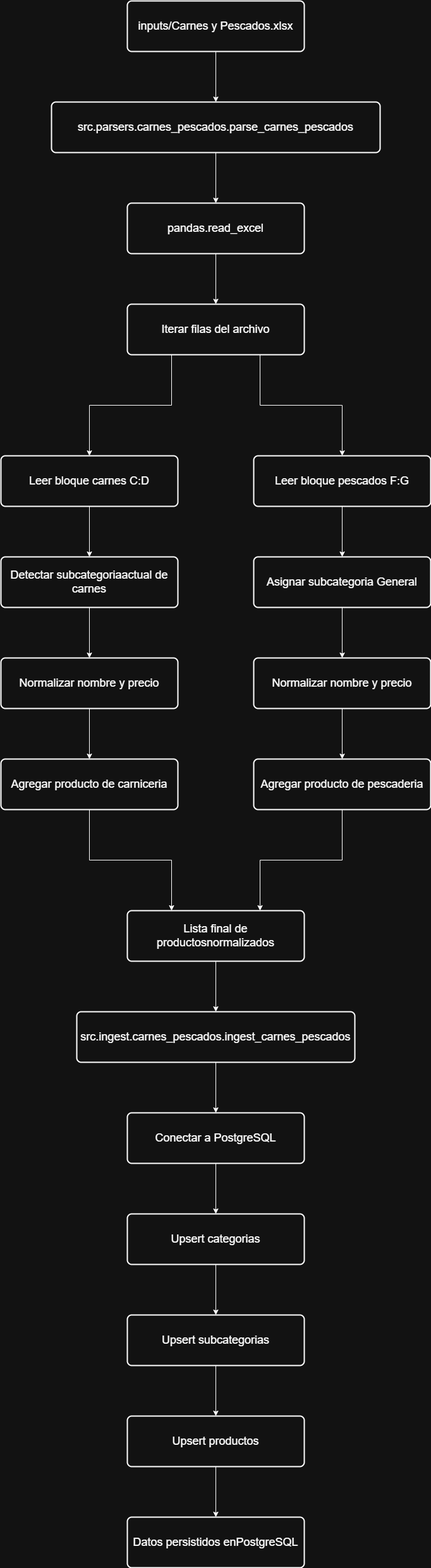
Before: docs/diagrama-de-flujo-carnes-y-pescados.png, a diagram exported from draw.io (nicolasfoster82/WNS-instancia-evaluativa). Source tidied: cells renumbered, new cells last; positions are measured from the earlier drawing's top-left corner, leaving out a move shared by most shapes.
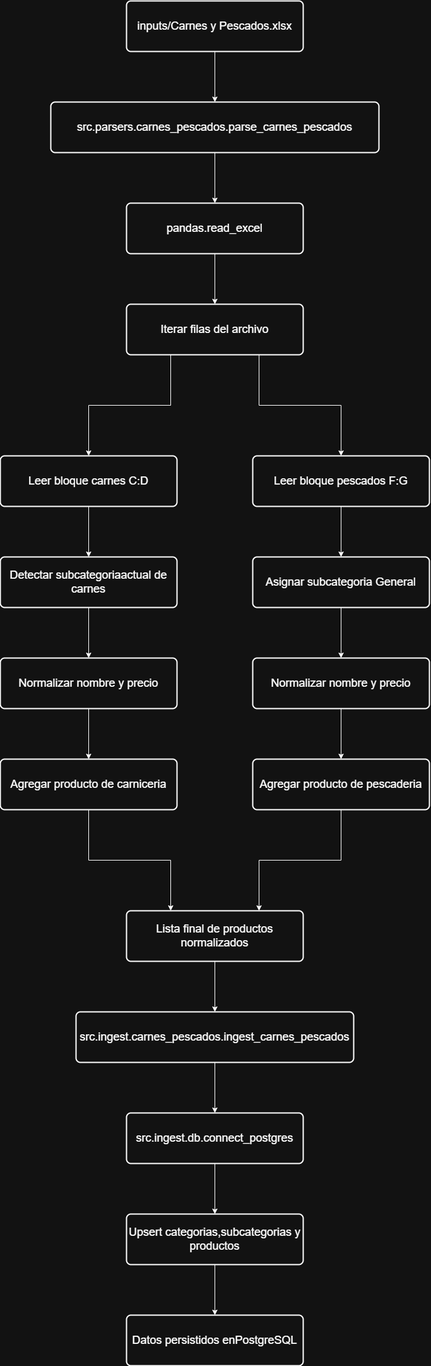
After the change.

Commit message:
Agregar ingesta de verduleria en PostgreSQL

The edit, as a diff of the source:
```diff
@@ -80,7 +80,7 @@
     <mxCell id="27" style="edgeStyle=orthogonalEdgeStyle;rounded=0;jettySize=auto;html=1;" parent="1" edge="1" source="28" target="30">
       <mxGeometry relative="1" as="geometry" />
     </mxCell>
-    <mxCell id="28" value="&lt;div&gt;Lista final de productosnormalizados&lt;/div&gt;" style="rounded=1;whiteSpace=wrap;html=1;absoluteArcSize=1;arcSize=14;strokeWidth=2;fontSize=18;" parent="1" vertex="1">
+    <mxCell id="28" value="&lt;div&gt;Lista final de productos normalizados&lt;/div&gt;" style="rounded=1;whiteSpace=wrap;html=1;absoluteArcSize=1;arcSize=14;strokeWidth=2;fontSize=18;" parent="1" vertex="1">
       <mxGeometry x="200" y="1440" width="280" height="80" as="geometry" />
     </mxCell>
     <mxCell id="29" style="edgeStyle=orthogonalEdgeStyle;rounded=0;jettySize=auto;html=1;" parent="1" edge="1" source="30" target="32">
@@ -92,29 +92,17 @@
     <mxCell id="31" style="edgeStyle=orthogonalEdgeStyle;rounded=0;jettySize=auto;html=1;" parent="1" edge="1" source="32" target="34">
       <mxGeometry relative="1" as="geometry" />
     </mxCell>
-    <mxCell id="32" value="&lt;div&gt;Conectar a PostgreSQL&lt;/div&gt;" style="rounded=1;whiteSpace=wrap;html=1;absoluteArcSize=1;arcSize=14;strokeWidth=2;fontSize=18;" parent="1" vertex="1">
+    <mxCell id="32" value="&lt;div&gt;src.ingest.db.connect_postgres&lt;/div&gt;" style="rounded=1;whiteSpace=wrap;html=1;absoluteArcSize=1;arcSize=14;strokeWidth=2;fontSize=18;" parent="1" vertex="1">
       <mxGeometry x="200" y="1760" width="280" height="80" as="geometry" />
     </mxCell>
     <mxCell id="33" style="edgeStyle=orthogonalEdgeStyle;rounded=0;jettySize=auto;html=1;" parent="1" edge="1" source="34" target="36">
       <mxGeometry relative="1" as="geometry" />
     </mxCell>
-    <mxCell id="34" value="&lt;div&gt;Upsert categorias&lt;/div&gt;" style="rounded=1;whiteSpace=wrap;html=1;absoluteArcSize=1;arcSize=14;strokeWidth=2;fontSize=18;" parent="1" vertex="1">
+    <mxCell id="34" value="&lt;div&gt;Upsert categorias,subcategorias y productos&lt;/div&gt;" style="rounded=1;whiteSpace=wrap;html=1;absoluteArcSize=1;arcSize=14;strokeWidth=2;fontSize=18;" parent="1" vertex="1">
       <mxGeometry x="200" y="1920" width="280" height="80" as="geometry" />
     </mxCell>
-    <mxCell id="35" style="edgeStyle=orthogonalEdgeStyle;rounded=0;jettySize=auto;html=1;" parent="1" edge="1" source="36" target="38">
-      <mxGeometry relative="1" as="geometry" />
-    </mxCell>
-    <mxCell id="36" value="&lt;div&gt;Upsert subcategorias&lt;/div&gt;" style="rounded=1;whiteSpace=wrap;html=1;absoluteArcSize=1;arcSize=14;strokeWidth=2;fontSize=18;" parent="1" vertex="1">
+    <mxCell id="36" value="&lt;div&gt;Datos persistidos enPostgreSQL&lt;/div&gt;" style="rounded=1;whiteSpace=wrap;html=1;absoluteArcSize=1;arcSize=14;strokeWidth=2;fontSize=18;" parent="1" vertex="1">
       <mxGeometry x="200" y="2080" width="280" height="80" as="geometry" />
     </mxCell>
-    <mxCell id="37" style="edgeStyle=orthogonalEdgeStyle;rounded=0;jettySize=auto;html=1;" parent="1" edge="1" source="38" target="39">
-      <mxGeometry relative="1" as="geometry" />
-    </mxCell>
-    <mxCell id="38" value="&lt;div&gt;Upsert productos&lt;/div&gt;" style="rounded=1;whiteSpace=wrap;html=1;absoluteArcSize=1;arcSize=14;strokeWidth=2;fontSize=18;" parent="1" vertex="1">
-      <mxGeometry x="200" y="2240" width="280" height="80" as="geometry" />
-    </mxCell>
-    <mxCell id="39" value="&lt;div&gt;Datos persistidos enPostgreSQL&lt;/div&gt;" style="rounded=1;whiteSpace=wrap;html=1;absoluteArcSize=1;arcSize=14;strokeWidth=2;fontSize=18;" parent="1" vertex="1">
-      <mxGeometry x="200" y="2400" width="280" height="80" as="geometry" />
-    </mxCell>
   </root>
 </mxGraphModel>
```
